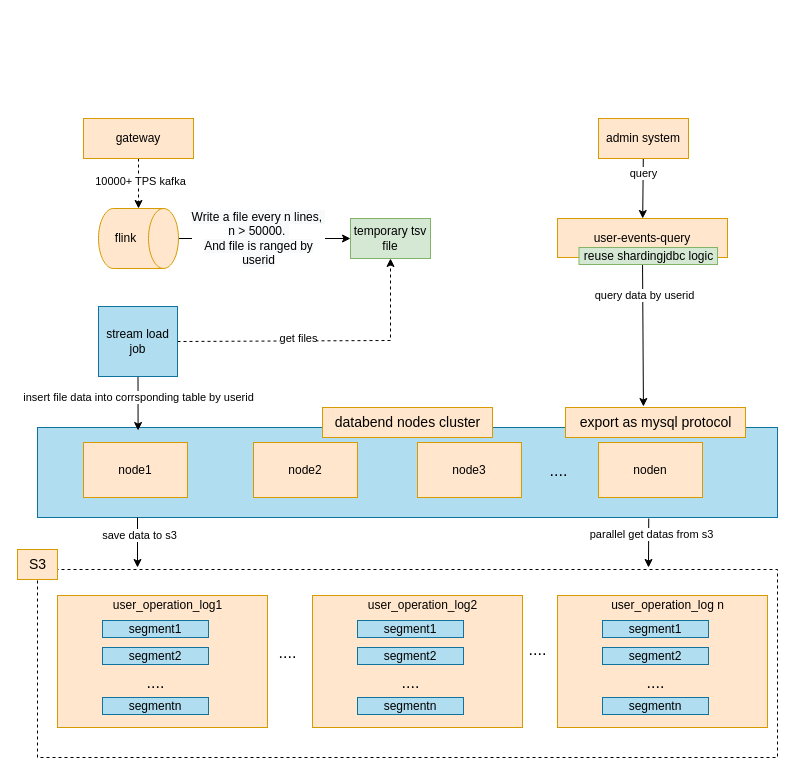
Earlier version of the draw.io diagram page "第 2 页" (2 of 3) of doc/用户行为日志.drawio (jackjoesh/databend). Source tidied: cells renumbered, new cells numbered last; positions are measured from the earlier drawing's top-left corner, leaving out a move shared by most shapes. Both pictures are drawn from the tidied source at 100%, with x=0, y=0 at pixel (17, 118).
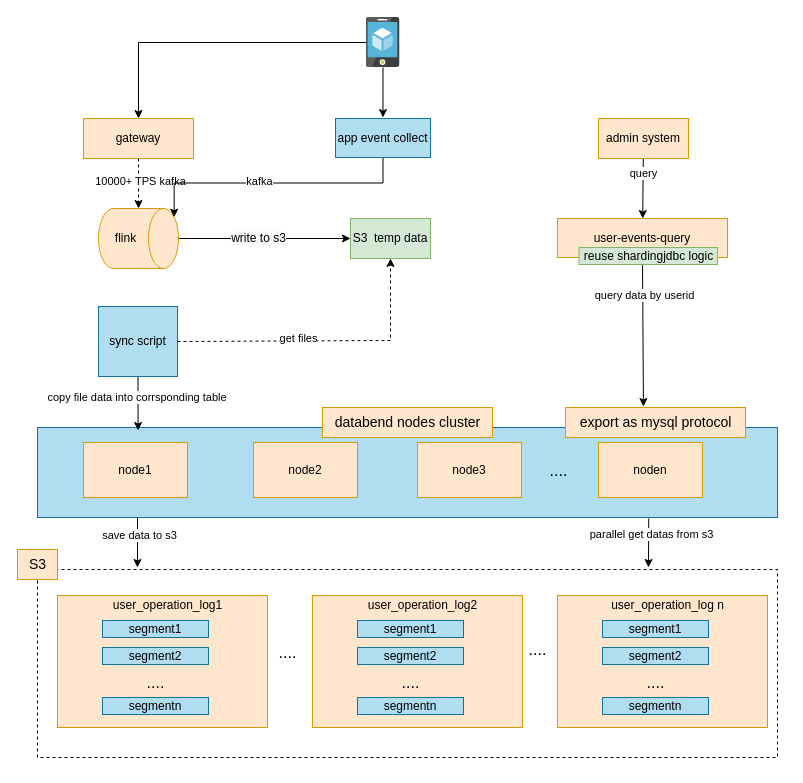
The same page after the edit.

Unchanged cells that the change refers to:
```xml
<mxCell id="6" style="edgeStyle=none;rounded=0;jettySize=auto;html=1;exitX=0.5;exitY=0;exitDx=0;exitDy=0;exitPerimeter=0;entryX=0;entryY=0.5;entryDx=0;entryDy=0;" parent="1" edge="1" source="8" target="4">
  <mxGeometry relative="1" as="geometry" />
</mxCell>
<mxCell id="8" value="flink" style="shape=cylinder3;whiteSpace=wrap;html=1;boundedLbl=1;backgroundOutline=1;size=15;direction=south;fillColor=#ffe6cc;strokeColor=#d79b00;" parent="1" vertex="1">
  <mxGeometry x="81" y="90" width="80" height="60" as="geometry" />
</mxCell>
<mxCell id="11" value="gateway" style="rounded=0;whiteSpace=wrap;html=1;fillColor=#ffe6cc;strokeColor=#d79b00;" parent="1" vertex="1">
  <mxGeometry x="66" width="110" height="40" as="geometry" />
</mxCell>
<mxCell id="39" style="edgeStyle=none;rounded=0;jettySize=auto;html=1;exitX=0.5;exitY=1;exitDx=0;exitDy=0;entryX=0.136;entryY=0;entryDx=0;entryDy=0;entryPerimeter=0;" parent="1" edge="1" source="41">
  <mxGeometry relative="1" as="geometry">
    <mxPoint x="120.6" y="312" as="targetPoint" />
  </mxGeometry>
</mxCell>
```

Change to the diagram source:
```diff
@@
-    <mxCell id="4" value="temporary tsv file" style="rounded=0;whiteSpace=wrap;html=1;fillColor=#d5e8d4;strokeColor=#82b366;" parent="1" vertex="1">
+    <mxCell id="4" value="S3&amp;nbsp; temp data" style="rounded=0;whiteSpace=wrap;html=1;fillColor=#d5e8d4;strokeColor=#82b366;" parent="1" vertex="1">
       <mxGeometry x="333" y="100" width="80" height="40" as="geometry" />
     </mxCell>
@@
-    <mxCell id="7" value="&lt;span style=&quot;font-size: 12px; background-color: rgb(248, 249, 250);&quot;&gt;Write a file every n lines,&amp;nbsp;&lt;br&gt;n &amp;gt; 50000.&amp;nbsp; &lt;br&gt;And file is ranged by&lt;br&gt;userid&lt;br&gt;&lt;/span&gt;" style="edgeLabel;html=1;align=center;verticalAlign=middle;" parent="6" vertex="1">
+    <mxCell id="7" value="&lt;span style=&quot;font-size: 12px; background-color: rgb(248, 249, 250);&quot;&gt;write to s3&lt;br&gt;&lt;/span&gt;" style="edgeLabel;html=1;align=center;verticalAlign=middle;" parent="6" vertex="1">
       <mxGeometry x="0.38" y="1" relative="1" as="geometry">
         <mxPoint x="-40" as="offset" />
       </mxGeometry>
     </mxCell>
@@
-    <mxCell id="40" value="insert file data into corrsponding table by userid" style="edgeLabel;html=1;align=center;verticalAlign=middle;" parent="39" vertex="1">
+    <mxCell id="40" value="copy file data into corrsponding table&amp;nbsp;" style="edgeLabel;html=1;align=center;verticalAlign=middle;" parent="39" vertex="1">
       <mxGeometry x="-0.23" relative="1" as="geometry" />
     </mxCell>
-    <mxCell id="41" value="stream load job" style="rounded=0;whiteSpace=wrap;html=1;fillColor=#b1ddf0;strokeColor=#10739e;" parent="1" vertex="1">
+    <mxCell id="41" value="sync script" style="rounded=0;whiteSpace=wrap;html=1;fillColor=#b1ddf0;strokeColor=#10739e;" parent="1" vertex="1">
       <mxGeometry x="81" y="188" width="79" height="70" as="geometry" />
     </mxCell>
@@
+    <mxCell id="57" style="edgeStyle=orthogonalEdgeStyle;rounded=0;jettySize=auto;html=1;" parent="1" edge="1" source="59" target="11">
+      <mxGeometry relative="1" as="geometry" />
+    </mxCell>
+    <mxCell id="58" style="edgeStyle=orthogonalEdgeStyle;rounded=0;jettySize=auto;html=1;" parent="1" edge="1" source="59">
+      <mxGeometry relative="1" as="geometry">
+        <mxPoint x="365.5" y="-1" as="targetPoint" />
+      </mxGeometry>
+    </mxCell>
+    <mxCell id="59" style="sketch=0;html=1;points=[];align=center;image;fontSize=12;image=img/lib/mscae/App_Service_Mobile_App.svg;" parent="1" vertex="1">
+      <mxGeometry x="348.5" y="-101" width="34" height="50" as="geometry" />
+    </mxCell>
+    <mxCell id="60" style="edgeStyle=orthogonalEdgeStyle;rounded=0;jettySize=auto;html=1;exitX=0.5;exitY=1;exitDx=0;exitDy=0;entryX=0.145;entryY=0;entryDx=0;entryDy=4.35;entryPerimeter=0;" parent="1" edge="1" source="62" target="8">
+      <mxGeometry relative="1" as="geometry" />
+    </mxCell>
+    <mxCell id="61" value="kafka" style="edgeLabel;html=1;align=center;verticalAlign=middle;" parent="60" vertex="1">
+      <mxGeometry x="0.12" y="-3" relative="1" as="geometry">
+        <mxPoint y="1" as="offset" />
+      </mxGeometry>
+    </mxCell>
+    <mxCell id="62" value="app event collect" style="rounded=0;whiteSpace=wrap;html=1;fillColor=#b1ddf0;strokeColor=#10739e;" parent="1" vertex="1">
+      <mxGeometry x="318" width="95" height="39" as="geometry" />
+    </mxCell>
```
